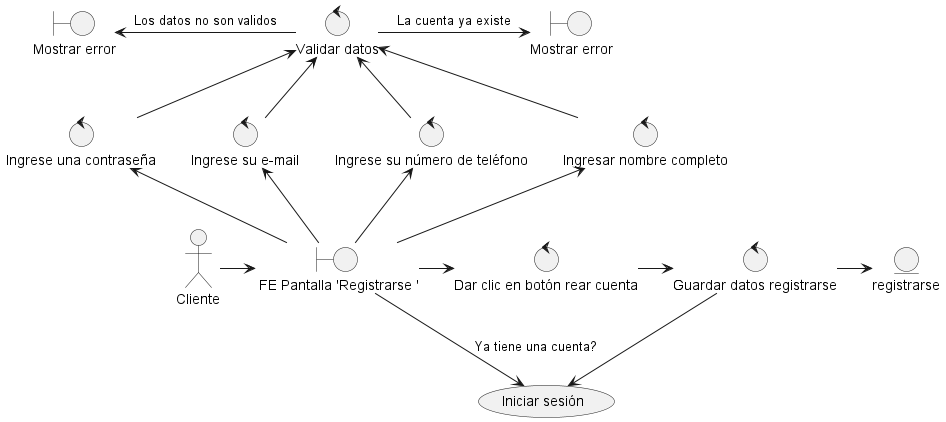
The PlantUML diagram Diagrama Robustez/registrarse.png in SofiGarcia09/um-2024-ds-comprodigios, before a commit.
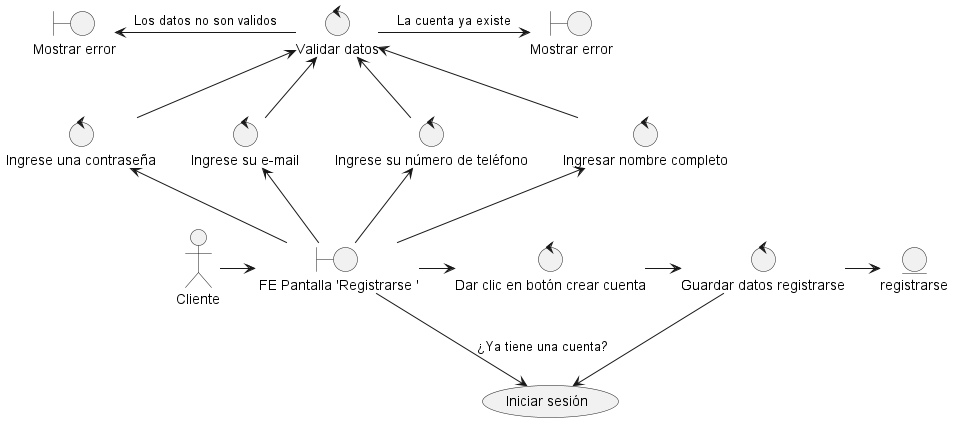
The same file after the commit.

Commit message:
Diagrama Robustez

The edit, as a diff of the source:
```diff
@@ -25,7 +25,7 @@
 boundary "Mostrar error" as mostrarError
 validarDatos -> mostrarError: La cuenta ya existe
 
-control "Dar clic en botón rear cuenta" as crearCuenta
+control "Dar clic en botón crear cuenta" as crearCuenta
 feRegistrarse -> crearCuenta
 
 control "Guardar datos registrarse" as datosRegistrarse
@@ -35,6 +35,6 @@
 usecase "Iniciar sesión" as iniciarSesion
 datosRegistrarse -down-> iniciarSesion
 
-feRegistrarse-down->iniciarSesion: Ya tiene una cuenta?
+feRegistrarse-down->iniciarSesion: ¿Ya tiene una cuenta?
 
 @enduml
```
